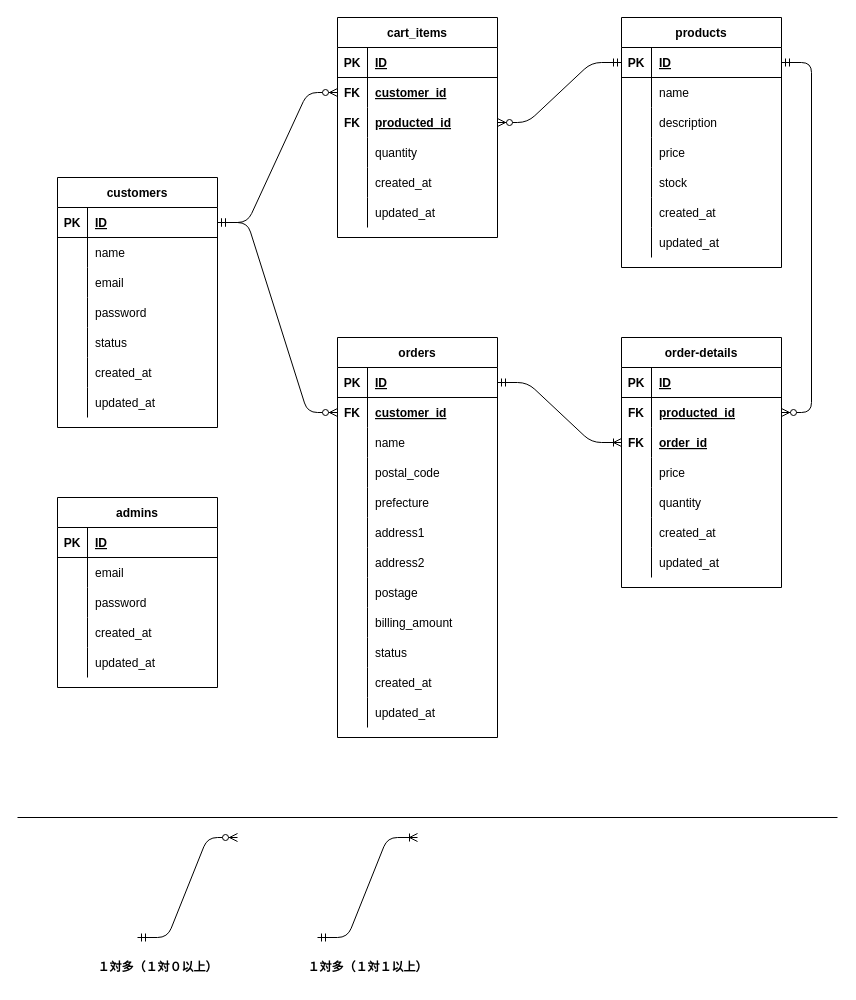
Earlier version of the draw.io diagram er.drawio (Yuutamu/EC_Interior). Source tidied: cells renumbered, new cells numbered last; positions are measured from the earlier drawing's top-left corner, leaving out a move shared by most shapes. Both pictures are drawn from the tidied source at 100%, with x=0, y=0 at pixel (17, 17).
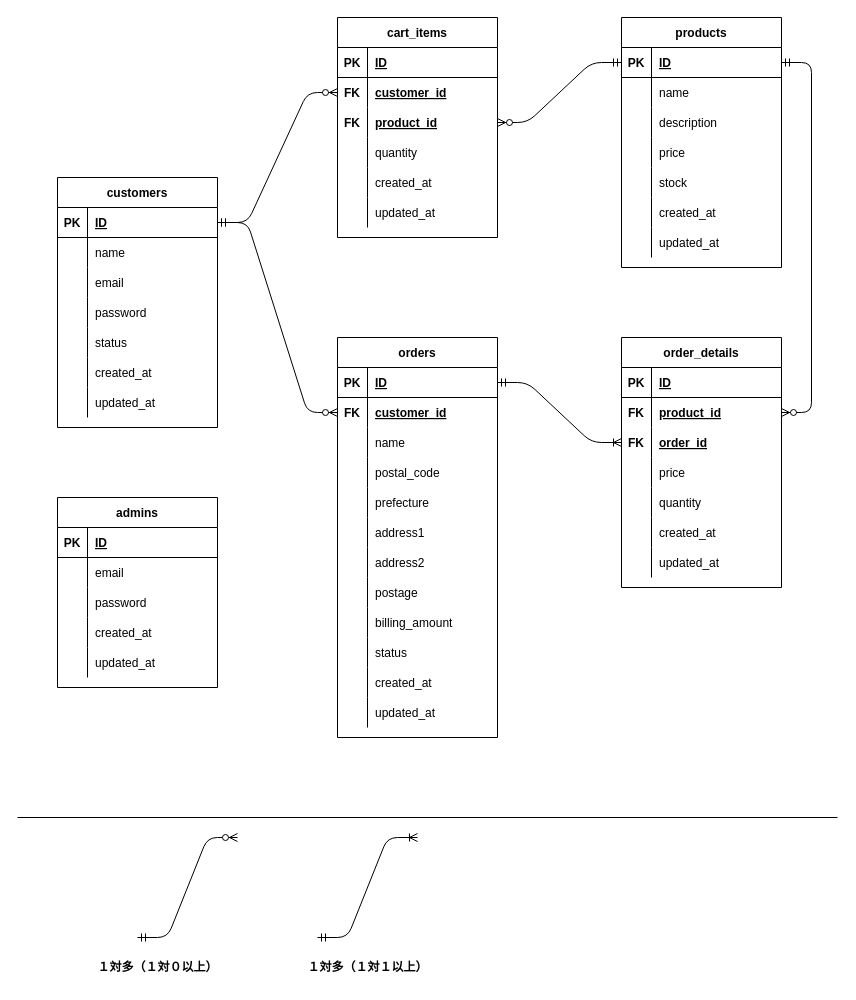
After the change.

The change refers to these unchanged cells:
```xml
<mxCell id="31" style="shape=partialRectangle;fillColor=none;points=[[0,0.5],[1,0.5]];portConstraint=eastwest;top=0;left=0;right=0;bottom=0;" parent="24" vertex="1">
  <mxGeometry y="90" width="160" height="30" as="geometry" />
</mxCell>
<mxCell id="106" style="shape=partialRectangle;fillColor=none;points=[[0,0.5],[1,0.5]];portConstraint=eastwest;top=0;left=0;right=0;bottom=0;" parent="102" vertex="1">
  <mxGeometry y="60" width="160" height="30" as="geometry" />
</mxCell>
```

Change to the diagram source:
```diff
@@
-    <mxCell id="33" value="producted_id" style="shape=partialRectangle;overflow=hidden;fillColor=none;top=0;left=0;bottom=0;right=0;align=left;spacingLeft=6;fontStyle=5;" parent="31" vertex="1">
+    <mxCell id="33" value="product_id" style="shape=partialRectangle;overflow=hidden;fillColor=none;top=0;left=0;bottom=0;right=0;align=left;spacingLeft=6;fontStyle=5;" parent="31" vertex="1">
       <mxGeometry x="30" width="130" height="30" as="geometry" />
     </mxCell>
@@
-    <mxCell id="102" value="order-details" style="shape=table;startSize=30;childLayout=tableLayout;rowLines=0;fontStyle=1;align=center;" parent="1" vertex="1">
+    <mxCell id="102" value="order_details" style="shape=table;startSize=30;childLayout=tableLayout;rowLines=0;fontStyle=1;align=center;" parent="1" vertex="1">
       <mxGeometry x="604" y="320" width="160" height="250" as="geometry" />
     </mxCell>
@@
-    <mxCell id="108" value="producted_id" style="shape=partialRectangle;overflow=hidden;fillColor=none;top=0;left=0;bottom=0;right=0;align=left;spacingLeft=6;fontStyle=5;" parent="106" vertex="1">
+    <mxCell id="108" value="product_id" style="shape=partialRectangle;overflow=hidden;fillColor=none;top=0;left=0;bottom=0;right=0;align=left;spacingLeft=6;fontStyle=5;" parent="106" vertex="1">
       <mxGeometry x="30" width="130" height="30" as="geometry" />
     </mxCell>
```
